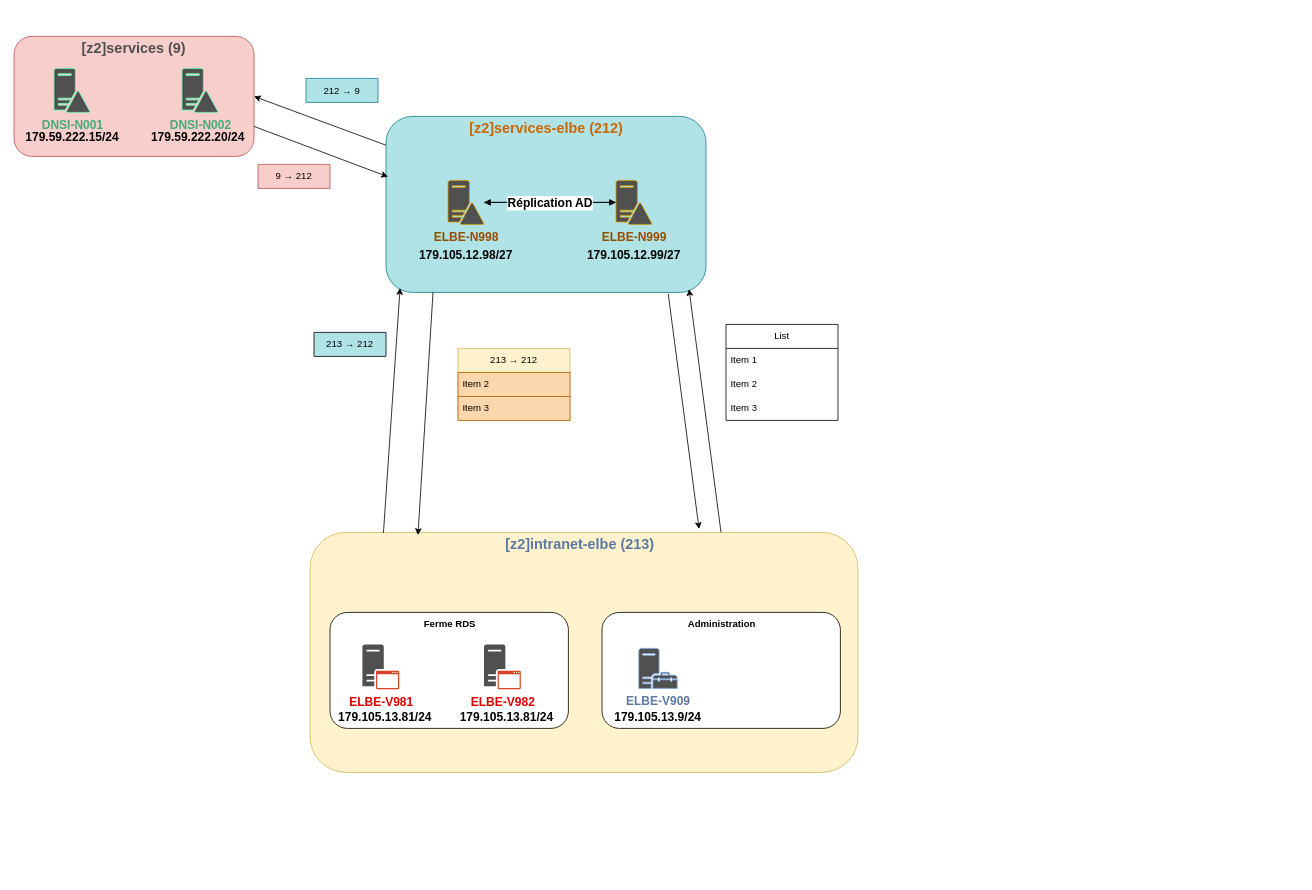
This is infomil-ad-siadmin.drawio from titor7/schemas, a draw.io file, before an edit. Source tidied: cells renumbered, new cells numbered last; positions are measured from the earlier drawing's top-left corner, leaving out a move shared by most shapes. Both pictures are drawn from the tidied source at 80%, with x=0, y=0 at pixel (14, 36).
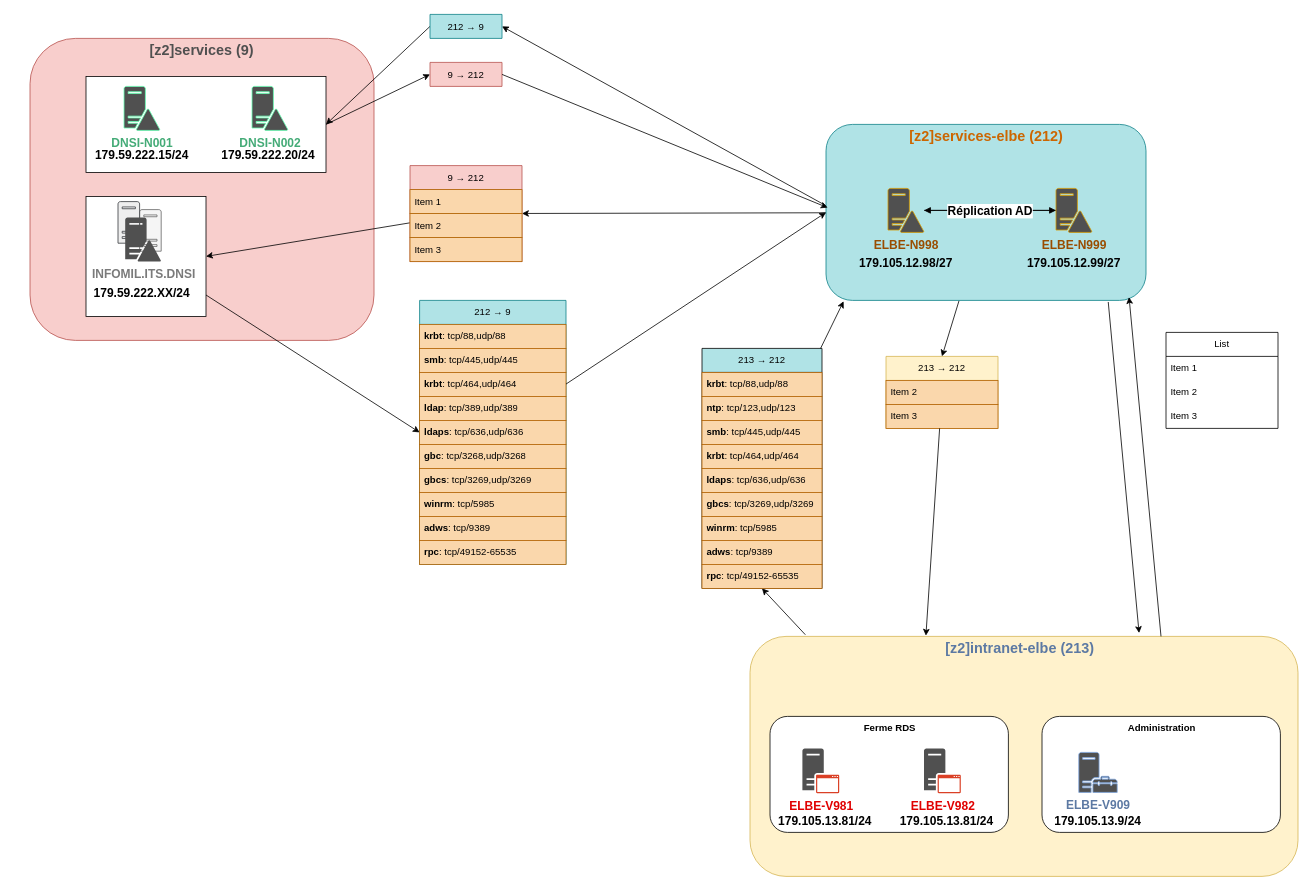
After the change.

What changed in the source:
```diff
@@
+    <mxCell id="41" style="rounded=1;whiteSpace=wrap;html=1;fillColor=#f8cecc;strokeColor=#b85450;" parent="1" vertex="1">
+      <mxGeometry x="20" y="2.5" width="430" height="377.5" as="geometry" />
+    </mxCell>
+    <mxCell id="50" style="rounded=0;jettySize=auto;html=1;entryX=0;entryY=0.5;entryDx=0;entryDy=0;exitX=1;exitY=0.5;exitDx=0;exitDy=0;" parent="1" edge="1" source="51" target="47">
+      <mxGeometry relative="1" as="geometry" />
+    </mxCell>
+    <mxCell id="51" style="rounded=0;whiteSpace=wrap;html=1;" parent="1" vertex="1">
+      <mxGeometry x="90" y="50" width="300" height="120" as="geometry" />
+    </mxCell>
+    <mxCell id="52" style="rounded=0;jettySize=auto;html=1;entryX=0.5;entryY=1;entryDx=0;entryDy=0;exitX=0.101;exitY=-0.007;exitDx=0;exitDy=0;exitPerimeter=0;" parent="1" edge="1" source="2" target="40">
+      <mxGeometry relative="1" as="geometry" />
+    </mxCell>
     <mxCell id="2" style="rounded=1;whiteSpace=wrap;html=1;fillColor=#fff2cc;strokeColor=#d6b656;" parent="1" vertex="1">
-      <mxGeometry x="370" y="620" width="685" height="300" as="geometry" />
+      <mxGeometry x="920" y="750" width="685" height="300" as="geometry" />
     </mxCell>
     <mxCell id="3" style="rounded=1;whiteSpace=wrap;html=1;" parent="1" vertex="1">
-      <mxGeometry x="395" y="720" width="298" height="145" as="geometry" />
+      <mxGeometry x="945" y="850" width="298" height="145" as="geometry" />
     </mxCell>
     <mxCell id="4" style="rounded=1;whiteSpace=wrap;html=1;" parent="1" vertex="1">
-      <mxGeometry x="735" y="720" width="298" height="145" as="geometry" />
+      <mxGeometry x="1285" y="850" width="298" height="145" as="geometry" />
     </mxCell>
-    <mxCell id="5" style="rounded=0;jettySize=auto;html=1;entryX=1;entryY=0.5;entryDx=0;entryDy=0;" parent="1" edge="1" source="6" target="41">
-      <mxGeometry relative="1" as="geometry" />
-    </mxCell>
+    <mxCell id="53" style="rounded=0;jettySize=auto;html=1;entryX=1;entryY=0.5;entryDx=0;entryDy=0;exitX=0.004;exitY=0.466;exitDx=0;exitDy=0;exitPerimeter=0;" parent="1" edge="1" source="6" target="45">
+      <mxGeometry relative="1" as="geometry" />
+    </mxCell>
+    <mxCell id="54" style="rounded=0;jettySize=auto;html=1;entryX=0.5;entryY=0;entryDx=0;entryDy=0;" parent="1" edge="1" source="6" target="34">
+      <mxGeometry relative="1" as="geometry" />
+    </mxCell>
+    <mxCell id="55" style="rounded=0;jettySize=auto;html=1;" parent="1" edge="1" source="6" target="77">
+      <mxGeometry relative="1" as="geometry" />
+    </mxCell>
     <mxCell id="6" style="rounded=1;whiteSpace=wrap;html=1;fillColor=#b0e3e6;strokeColor=#0e8088;" parent="1" vertex="1">
-      <mxGeometry x="465" y="100" width="400" height="220" as="geometry" />
+      <mxGeometry x="1015" y="110" width="400" height="220" as="geometry" />
     </mxCell>
@@
     <mxCell id="9" value="[z2]services-elbe (212)" style="text;strokeColor=none;align=center;fillColor=none;html=1;verticalAlign=middle;whiteSpace=wrap;rounded=0;fontSize=18;fontStyle=1;fontColor=light-dark(#CC6600,#24CBF7);" parent="1" vertex="1">
-      <mxGeometry x="567.5" y="100" width="195" height="30" as="geometry" />
+      <mxGeometry x="1117.5" y="110" width="195" height="30" as="geometry" />
     </mxCell>
     <mxCell id="10" value="[z2]intranet-elbe (213)" style="text;strokeColor=none;align=center;fillColor=none;html=1;verticalAlign=middle;whiteSpace=wrap;rounded=0;fontSize=18;fontStyle=1;fontColor=light-dark(#5C79A3,#24CBF7);" parent="1" vertex="1">
-      <mxGeometry x="610" y="620" width="195" height="30" as="geometry" />
+      <mxGeometry x="1160" y="750" width="195" height="30" as="geometry" />
     </mxCell>
     <mxCell id="11" style="group;" parent="1" vertex="1">
-      <mxGeometry x="505" y="180" width="120" height="108" as="geometry" />
+      <mxGeometry x="1055" y="190" width="120" height="108" as="geometry" />
     </mxCell>
@@
     <mxCell id="14" style="group;" parent="1" vertex="1">
-      <mxGeometry x="715" y="180" width="120" height="108" as="geometry" />
+      <mxGeometry x="1265" y="190" width="120" height="108" as="geometry" />
     </mxCell>
@@
     <mxCell id="17" style="group;" parent="1" vertex="1">
-      <mxGeometry x="403" y="760" width="290" height="110" as="geometry" />
+      <mxGeometry x="953" y="890" width="290" height="110" as="geometry" />
     </mxCell>
@@
     <mxCell id="20" style="group;" parent="1" vertex="1">
-      <mxGeometry x="555" y="760" width="122" height="100" as="geometry" />
+      <mxGeometry x="1105" y="890" width="122" height="100" as="geometry" />
     </mxCell>
@@
     <mxCell id="23" style="group;" parent="1" vertex="1">
-      <mxGeometry x="745" y="765" width="120" height="100" as="geometry" />
+      <mxGeometry x="1295" y="895" width="120" height="100" as="geometry" />
     </mxCell>
@@
     <mxCell id="27" value="Administration" style="text;strokeColor=none;align=center;fillColor=none;html=1;verticalAlign=middle;whiteSpace=wrap;rounded=0;fontStyle=1;" parent="1" vertex="1">
-      <mxGeometry x="755" y="720" width="260" height="30" as="geometry" />
+      <mxGeometry x="1305" y="850" width="260" height="30" as="geometry" />
     </mxCell>
     <mxCell id="28" value="Ferme RDS" style="text;strokeColor=none;align=center;fillColor=none;html=1;verticalAlign=middle;whiteSpace=wrap;rounded=0;fontStyle=1;" parent="1" vertex="1">
-      <mxGeometry x="425" y="720" width="240" height="30" as="geometry" />
+      <mxGeometry x="975" y="850" width="240" height="30" as="geometry" />
     </mxCell>
     <mxCell id="29" value="List" style="swimlane;fontStyle=0;horizontal=1;startSize=30;whiteSpace=wrap;html=1;" parent="1" vertex="1">
-      <mxGeometry x="890" y="360" width="140" height="120" as="geometry" />
+      <mxGeometry x="1440" y="370" width="140" height="120" as="geometry" />
     </mxCell>
@@
-    <mxCell id="33" style="endArrow=classic;html=1;rounded=0;entryX=0.044;entryY=0.975;entryDx=0;entryDy=0;entryPerimeter=0;exitX=0.134;exitY=0.002;exitDx=0;exitDy=0;exitPerimeter=0;" parent="1" edge="1" source="2" target="6">
-      <mxGeometry relative="1" as="geometry" />
-    </mxCell>
     <mxCell id="34" value="213 → 212" style="swimlane;fontStyle=0;horizontal=1;startSize=30;whiteSpace=wrap;html=1;fillColor=#fff2cc;strokeColor=#d6b656;" parent="1" vertex="1">
-      <mxGeometry x="555" y="390" width="140" height="90" as="geometry" />
+      <mxGeometry x="1090" y="400" width="140" height="90" as="geometry" />
     </mxCell>
@@
-    <mxCell id="38" style="endArrow=classic;html=1;rounded=0;exitX=0.147;exitY=0.998;exitDx=0;exitDy=0;exitPerimeter=0;entryX=0.197;entryY=0.011;entryDx=0;entryDy=0;entryPerimeter=0;" parent="1" edge="1" source="6" target="2">
-      <mxGeometry relative="1" as="geometry" />
-    </mxCell>
@@
-    <mxCell id="40" value="213&amp;nbsp;&lt;span style=&quot;font-size:9.0pt;mso-bidi-font-size:10.0pt;&lt;br/&gt;font-family:&amp;quot;Arial&amp;quot;,sans-serif;mso-fareast-font-family:&amp;quot;Times New Roman&amp;quot;;&lt;br/&gt;mso-ansi-language:FR;mso-fareast-language:FR;mso-bidi-language:AR-SA&quot;&gt;→ 212&lt;/span&gt;" style="swimlane;fontStyle=0;horizontal=1;startSize=30;whiteSpace=wrap;html=1;fillColor=#b0e3e6;strokeColor=default;gradientColor=none;" parent="1" vertex="1" collapsed="1">
-      <mxGeometry x="375" y="370" width="90" height="30" as="geometry" />
+    <mxCell id="40" value="213&amp;nbsp;&lt;span style=&quot;font-size:9.0pt;mso-bidi-font-size:10.0pt;&lt;br/&gt;font-family:&amp;quot;Arial&amp;quot;,sans-serif;mso-fareast-font-family:&amp;quot;Times New Roman&amp;quot;;&lt;br/&gt;mso-ansi-language:FR;mso-fareast-language:FR;mso-bidi-language:AR-SA&quot;&gt;→ 212&lt;/span&gt;" style="swimlane;fontStyle=0;horizontal=1;startSize=30;whiteSpace=wrap;html=1;fillColor=#b0e3e6;strokeColor=default;gradientColor=none;" parent="1" vertex="1">
+      <mxGeometry x="860" y="390" width="150" height="300" as="geometry" />
     </mxCell>
-    <mxCell id="41" style="rounded=1;whiteSpace=wrap;html=1;fillColor=#f8cecc;strokeColor=#b85450;" parent="1" vertex="1">
-      <mxGeometry width="300" height="150" as="geometry" />
-    </mxCell>
+    <mxCell id="56" value="&lt;b&gt;krbt&lt;/b&gt;: tcp/88,udp/88" style="text;strokeColor=#b46504;fillColor=#fad7ac;align=left;verticalAlign=middle;spacingLeft=4;spacingRight=4;overflow=hidden;whiteSpace=wrap;html=1;fontSize=12;" parent="40" vertex="1">
+      <mxGeometry y="30" width="150" height="30" as="geometry" />
+    </mxCell>
+    <mxCell id="57" value="&lt;b&gt;ntp&lt;/b&gt;: tcp/123,udp/123" style="text;strokeColor=#b46504;fillColor=#fad7ac;align=left;verticalAlign=middle;spacingLeft=4;spacingRight=4;overflow=hidden;whiteSpace=wrap;html=1;fontSize=12;" parent="40" vertex="1">
+      <mxGeometry y="60" width="150" height="30" as="geometry" />
+    </mxCell>
+    <mxCell id="58" value="&lt;b&gt;smb&lt;/b&gt;: tcp/445,udp/445" style="text;strokeColor=#b46504;fillColor=#fad7ac;align=left;verticalAlign=middle;spacingLeft=4;spacingRight=4;overflow=hidden;whiteSpace=wrap;html=1;fontSize=12;" parent="40" vertex="1">
+      <mxGeometry y="90" width="150" height="30" as="geometry" />
+    </mxCell>
+    <mxCell id="59" value="&lt;b&gt;krbt&lt;/b&gt;: tcp/464,udp/464" style="text;strokeColor=#b46504;fillColor=#fad7ac;align=left;verticalAlign=middle;spacingLeft=4;spacingRight=4;overflow=hidden;whiteSpace=wrap;html=1;fontSize=12;" parent="40" vertex="1">
+      <mxGeometry y="120" width="150" height="30" as="geometry" />
+    </mxCell>
+    <mxCell id="60" value="&lt;b&gt;ldaps&lt;/b&gt;: tcp/636,udp/636" style="text;strokeColor=#b46504;fillColor=#fad7ac;align=left;verticalAlign=middle;spacingLeft=4;spacingRight=4;overflow=hidden;whiteSpace=wrap;html=1;fontSize=12;" parent="40" vertex="1">
+      <mxGeometry y="150" width="150" height="30" as="geometry" />
+    </mxCell>
+    <mxCell id="61" value="&lt;b&gt;gbcs&lt;/b&gt;: tcp/3269,udp/3269" style="text;strokeColor=#b46504;fillColor=#fad7ac;align=left;verticalAlign=middle;spacingLeft=4;spacingRight=4;overflow=hidden;whiteSpace=wrap;html=1;fontSize=12;" parent="40" vertex="1">
+      <mxGeometry y="180" width="150" height="30" as="geometry" />
+    </mxCell>
+    <mxCell id="62" value="&lt;b&gt;winrm&lt;/b&gt;: tcp/5985" style="text;strokeColor=#b46504;fillColor=#fad7ac;align=left;verticalAlign=middle;spacingLeft=4;spacingRight=4;overflow=hidden;whiteSpace=wrap;html=1;fontSize=12;" parent="40" vertex="1">
+      <mxGeometry y="210" width="150" height="30" as="geometry" />
+    </mxCell>
+    <mxCell id="63" value="&lt;b&gt;adws&lt;/b&gt;: tcp/9389" style="text;strokeColor=#b46504;fillColor=#fad7ac;align=left;verticalAlign=middle;spacingLeft=4;spacingRight=4;overflow=hidden;whiteSpace=wrap;html=1;fontSize=12;" parent="40" vertex="1">
+      <mxGeometry y="240" width="150" height="30" as="geometry" />
+    </mxCell>
+    <mxCell id="64" value="&lt;b&gt;rpc&lt;/b&gt;: tcp/49152-65535" style="text;strokeColor=#b46504;fillColor=#fad7ac;align=left;verticalAlign=middle;spacingLeft=4;spacingRight=4;overflow=hidden;whiteSpace=wrap;html=1;fontSize=12;" parent="40" vertex="1">
+      <mxGeometry y="270" width="150" height="30" as="geometry" />
+    </mxCell>
     <mxCell id="42" value="&lt;b&gt;&lt;font&gt;[z2]services (9)&lt;/font&gt;&lt;/b&gt;" style="text;strokeColor=none;align=center;fillColor=none;html=1;verticalAlign=middle;whiteSpace=wrap;rounded=0;labelBackgroundColor=none;fontColor=light-dark(#505050,#24CBF7);fontSize=18;" parent="1" vertex="1">
-      <mxGeometry x="75" width="150" height="30" as="geometry" />
+      <mxGeometry x="160" y="2.5" width="150" height="30" as="geometry" />
     </mxCell>
     <mxCell id="43" value="&lt;b&gt;&lt;font style=&quot;font-size: 15px; color: rgb(68, 171, 119);&quot;&gt;DNSI-N001&lt;/font&gt;&lt;/b&gt;" style="sketch=0;shadow=0;dashed=0;html=1;strokeColor=#66FFB3;fillColor=#505050;labelPosition=center;verticalLabelPosition=bottom;verticalAlign=top;align=center;shape=mxgraph.office.servers.domain_controller;" parent="1" vertex="1">
-      <mxGeometry x="50" y="40" width="45" height="55" as="geometry" />
+      <mxGeometry x="137.5" y="62.5" width="45" height="55" as="geometry" />
     </mxCell>
     <mxCell id="44" value="&lt;font style=&quot;font-size: 15px; color: rgb(68, 171, 119);&quot;&gt;&lt;b&gt;DNSI-N002&lt;/b&gt;&lt;/font&gt;" style="sketch=0;shadow=0;dashed=0;html=1;strokeColor=#66FFB3;fillColor=#505050;labelPosition=center;verticalLabelPosition=bottom;verticalAlign=top;align=center;shape=mxgraph.office.servers.domain_controller;" parent="1" vertex="1">
-      <mxGeometry x="210" y="40" width="45" height="55" as="geometry" />
+      <mxGeometry x="297.5" y="62.5" width="45" height="55" as="geometry" />
     </mxCell>
+    <mxCell id="65" style="rounded=0;jettySize=auto;html=1;exitX=0;exitY=0.5;exitDx=0;exitDy=0;entryX=1;entryY=0.5;entryDx=0;entryDy=0;" parent="1" edge="1" source="45" target="51">
+      <mxGeometry relative="1" as="geometry" />
+    </mxCell>
     <mxCell id="45" value="&lt;span style=&quot;font-size:9.0pt;mso-bidi-font-size:10.0pt;&lt;br/&gt;font-family:&amp;quot;Arial&amp;quot;,sans-serif;mso-fareast-font-family:&amp;quot;Times New Roman&amp;quot;;&lt;br/&gt;mso-ansi-language:FR;mso-fareast-language:FR;mso-bidi-language:AR-SA&quot;&gt;212 →&amp;nbsp;&lt;/span&gt;9" style="swimlane;fontStyle=0;horizontal=1;startSize=30;whiteSpace=wrap;html=1;fillColor=#b0e3e6;strokeColor=#0e8088;" parent="1" vertex="1" collapsed="1">
-      <mxGeometry x="365" y="52.5" width="90" height="30" as="geometry" />
+      <mxGeometry x="520" y="-27.5" width="90" height="30" as="geometry" />
     </mxCell>
-    <mxCell id="46" style="endArrow=classic;html=1;rounded=0;exitX=1;exitY=0.75;exitDx=0;exitDy=0;entryX=0.006;entryY=0.343;entryDx=0;entryDy=0;entryPerimeter=0;" parent="1" edge="1" source="41" target="6">
-      <mxGeometry relative="1" as="geometry" />
-    </mxCell>
     <mxCell id="47" value="9&amp;nbsp;&lt;span style=&quot;font-size:9.0pt;mso-bidi-font-size:10.0pt;&lt;br/&gt;font-family:&amp;quot;Arial&amp;quot;,sans-serif;mso-fareast-font-family:&amp;quot;Times New Roman&amp;quot;;&lt;br/&gt;mso-ansi-language:FR;mso-fareast-language:FR;mso-bidi-language:AR-SA&quot;&gt;→&lt;/span&gt;&amp;nbsp;212" style="swimlane;fontStyle=0;horizontal=1;startSize=30;whiteSpace=wrap;html=1;fillColor=#f8cecc;strokeColor=#b85450;" parent="1" vertex="1" collapsed="1">
-      <mxGeometry x="305" y="160" width="90" height="30" as="geometry" />
+      <mxGeometry x="520" y="32.5" width="90" height="30" as="geometry" />
     </mxCell>
     <mxCell id="48" value="179.59.222.15/24" style="text;strokeColor=none;align=center;fillColor=none;html=1;verticalAlign=middle;whiteSpace=wrap;rounded=0;fontSize=15;fontStyle=1;" parent="1" vertex="1">
-      <mxGeometry x="12.5" y="115" width="120" height="20" as="geometry" />
+      <mxGeometry x="100" y="137.5" width="120" height="20" as="geometry" />
     </mxCell>
     <mxCell id="49" value="179.59.222.20/24" style="text;strokeColor=none;align=center;fillColor=none;html=1;verticalAlign=middle;whiteSpace=wrap;rounded=0;fontSize=15;fontStyle=1;" parent="1" vertex="1">
-      <mxGeometry x="170" y="115" width="120" height="20" as="geometry" />
+      <mxGeometry x="257.5" y="137.5" width="120" height="20" as="geometry" />
     </mxCell>
+    <mxCell id="66" style="rounded=0;jettySize=auto;html=1;entryX=0;entryY=0.5;entryDx=0;entryDy=0;" parent="1" edge="1" source="67" target="81">
+      <mxGeometry relative="1" as="geometry" />
+    </mxCell>
+    <mxCell id="67" style="rounded=0;whiteSpace=wrap;html=1;" parent="1" vertex="1">
+      <mxGeometry x="90" y="200" width="150" height="150" as="geometry" />
+    </mxCell>
+    <mxCell id="68" value="179.59.222.XX/24" style="text;strokeColor=none;align=center;fillColor=none;html=1;verticalAlign=middle;whiteSpace=wrap;rounded=0;fontSize=15;fontStyle=1;" parent="1" vertex="1">
+      <mxGeometry x="100" y="310" width="120" height="20" as="geometry" />
+    </mxCell>
+    <mxCell id="69" style="group;fontSize=15;" parent="1" vertex="1">
+      <mxGeometry x="130" y="206.5" width="54" height="75" as="geometry" />
+    </mxCell>
+    <mxCell id="70" style="sketch=0;shadow=0;dashed=0;html=1;strokeColor=#666666;fillColor=#f5f5f5;labelPosition=center;verticalLabelPosition=bottom;verticalAlign=top;align=center;shape=mxgraph.office.servers.server_generic;fontColor=#333333;" parent="69" vertex="1">
+      <mxGeometry x="27" y="10" width="27" height="52" as="geometry" />
+    </mxCell>
+    <mxCell id="71" style="sketch=0;shadow=0;dashed=0;html=1;strokeColor=#36393d;fillColor=#eeeeee;labelPosition=center;verticalLabelPosition=bottom;verticalAlign=top;align=center;shape=mxgraph.office.servers.server_generic;" parent="69" vertex="1">
+      <mxGeometry width="27" height="52" as="geometry" />
+    </mxCell>
+    <mxCell id="72" value="INFOMIL.ITS.DNSI" style="sketch=0;shadow=0;dashed=0;html=1;strokeColor=none;fillColor=#505050;labelPosition=center;verticalLabelPosition=bottom;verticalAlign=top;align=center;shape=mxgraph.office.servers.domain_controller;fontSize=15;fontStyle=1;fontColor=#7A7A7A;" parent="69" vertex="1">
+      <mxGeometry x="9" y="20" width="45" height="55" as="geometry" />
+    </mxCell>
+    <mxCell id="73" style="rounded=0;jettySize=auto;html=1;exitX=1;exitY=0.5;exitDx=0;exitDy=0;entryX=0.005;entryY=0.473;entryDx=0;entryDy=0;entryPerimeter=0;" parent="1" edge="1" source="47" target="6">
+      <mxGeometry relative="1" as="geometry" />
+    </mxCell>
+    <mxCell id="74" style="rounded=0;jettySize=auto;html=1;entryX=0.055;entryY=1.005;entryDx=0;entryDy=0;entryPerimeter=0;" parent="1" edge="1" source="40" target="6">
+      <mxGeometry relative="1" as="geometry" />
+    </mxCell>
+    <mxCell id="75" style="rounded=0;jettySize=auto;html=1;entryX=0.321;entryY=-0.003;entryDx=0;entryDy=0;entryPerimeter=0;" parent="1" edge="1" source="34" target="2">
+      <mxGeometry relative="1" as="geometry" />
+    </mxCell>
+    <mxCell id="76" style="rounded=0;jettySize=auto;html=1;entryX=1;entryY=0.5;entryDx=0;entryDy=0;" parent="1" edge="1" source="77" target="67">
+      <mxGeometry relative="1" as="geometry" />
+    </mxCell>
+    <mxCell id="77" value="9 → 212" style="swimlane;fontStyle=0;horizontal=1;startSize=30;whiteSpace=wrap;html=1;fillColor=#f8cecc;strokeColor=#b85450;" parent="1" vertex="1">
+      <mxGeometry x="495" y="161.5" width="140" height="120" as="geometry" />
+    </mxCell>
+    <mxCell id="78" value="Item 1" style="text;strokeColor=#b46504;fillColor=#fad7ac;align=left;verticalAlign=middle;spacingLeft=4;spacingRight=4;overflow=hidden;whiteSpace=wrap;html=1;" parent="77" vertex="1">
+      <mxGeometry y="30" width="140" height="30" as="geometry" />
+    </mxCell>
+    <mxCell id="79" value="Item 2" style="text;strokeColor=#b46504;fillColor=#fad7ac;align=left;verticalAlign=middle;spacingLeft=4;spacingRight=4;overflow=hidden;whiteSpace=wrap;html=1;" parent="77" vertex="1">
+      <mxGeometry y="60" width="140" height="30" as="geometry" />
+    </mxCell>
+    <mxCell id="80" value="Item 3" style="text;strokeColor=#b46504;fillColor=#fad7ac;align=left;verticalAlign=middle;spacingLeft=4;spacingRight=4;overflow=hidden;whiteSpace=wrap;html=1;" parent="77" vertex="1">
+      <mxGeometry y="90" width="140" height="30" as="geometry" />
+    </mxCell>
+    <mxCell id="81" value="212 → 9" style="swimlane;fontStyle=0;horizontal=1;startSize=30;whiteSpace=wrap;html=1;fillColor=#b0e3e6;strokeColor=#0e8088;" parent="1" vertex="1">
+      <mxGeometry x="507" y="330" width="183" height="330" as="geometry" />
+    </mxCell>
+    <mxCell id="82" value="&lt;b&gt;krbt&lt;/b&gt;: tcp/88,udp/88" style="text;strokeColor=#b46504;fillColor=#fad7ac;align=left;verticalAlign=middle;spacingLeft=4;spacingRight=4;overflow=hidden;whiteSpace=wrap;html=1;" parent="81" vertex="1">
+      <mxGeometry y="30" width="183" height="30" as="geometry" />
+    </mxCell>
+    <mxCell id="83" value="&lt;b&gt;smb&lt;/b&gt;: tcp/445,udp/445" style="text;strokeColor=#b46504;fillColor=#fad7ac;align=left;verticalAlign=middle;spacingLeft=4;spacingRight=4;overflow=hidden;whiteSpace=wrap;html=1;" parent="81" vertex="1">
+      <mxGeometry y="60" width="183" height="30" as="geometry" />
+    </mxCell>
+    <mxCell id="84" value="&lt;b&gt;krbt&lt;/b&gt;: tcp/464,udp/464" style="text;strokeColor=#b46504;fillColor=#fad7ac;align=left;verticalAlign=middle;spacingLeft=4;spacingRight=4;overflow=hidden;whiteSpace=wrap;html=1;" parent="81" vertex="1">
+      <mxGeometry y="90" width="183" height="30" as="geometry" />
+    </mxCell>
+    <mxCell id="85" value="&lt;b&gt;ldap&lt;/b&gt;: tcp/389,udp/389" style="text;strokeColor=#b46504;fillColor=#fad7ac;align=left;verticalAlign=middle;spacingLeft=4;spacingRight=4;overflow=hidden;whiteSpace=wrap;html=1;" parent="81" vertex="1">
+      <mxGeometry y="120" width="183" height="30" as="geometry" />
+    </mxCell>
+    <mxCell id="86" value="&lt;b&gt;ldaps&lt;/b&gt;: tcp/636,udp/636" style="text;strokeColor=#b46504;fillColor=#fad7ac;align=left;verticalAlign=middle;spacingLeft=4;spacingRight=4;overflow=hidden;whiteSpace=wrap;html=1;" parent="81" vertex="1">
+      <mxGeometry y="150" width="183" height="30" as="geometry" />
+    </mxCell>
+    <mxCell id="87" value="&lt;b&gt;gbc&lt;/b&gt;: tcp/3268,udp/3268" style="text;strokeColor=#b46504;fillColor=#fad7ac;align=left;verticalAlign=middle;spacingLeft=4;spacingRight=4;overflow=hidden;whiteSpace=wrap;html=1;" parent="81" vertex="1">
+      <mxGeometry y="180" width="183" height="30" as="geometry" />
+    </mxCell>
+    <mxCell id="88" value="&lt;b&gt;gbcs&lt;/b&gt;: tcp/3269,udp/3269" style="text;strokeColor=#b46504;fillColor=#fad7ac;align=left;verticalAlign=middle;spacingLeft=4;spacingRight=4;overflow=hidden;whiteSpace=wrap;html=1;" parent="81" vertex="1">
+      <mxGeometry y="210" width="183" height="30" as="geometry" />
+    </mxCell>
+    <mxCell id="89" value="&lt;b&gt;winrm&lt;/b&gt;: tcp/5985" style="text;strokeColor=#b46504;fillColor=#fad7ac;align=left;verticalAlign=middle;spacingLeft=4;spacingRight=4;overflow=hidden;whiteSpace=wrap;html=1;" parent="81" vertex="1">
+      <mxGeometry y="240" width="183" height="30" as="geometry" />
+    </mxCell>
+    <mxCell id="90" value="&lt;b&gt;adws&lt;/b&gt;: tcp/9389" style="text;strokeColor=#b46504;fillColor=#fad7ac;align=left;verticalAlign=middle;spacingLeft=4;spacingRight=4;overflow=hidden;whiteSpace=wrap;html=1;" parent="81" vertex="1">
+      <mxGeometry y="270" width="183" height="30" as="geometry" />
+    </mxCell>
+    <mxCell id="91" value="&lt;b&gt;rpc&lt;/b&gt;: tcp/49152-65535" style="text;strokeColor=#b46504;fillColor=#fad7ac;align=left;verticalAlign=middle;spacingLeft=4;spacingRight=4;overflow=hidden;whiteSpace=wrap;html=1;" parent="81" vertex="1">
+      <mxGeometry y="300" width="183" height="30" as="geometry" />
+    </mxCell>
+    <mxCell id="92" style="rounded=0;jettySize=auto;html=1;entryX=0;entryY=0.5;entryDx=0;entryDy=0;" parent="1" edge="1" source="81" target="6">
+      <mxGeometry relative="1" as="geometry" />
+    </mxCell>
```
